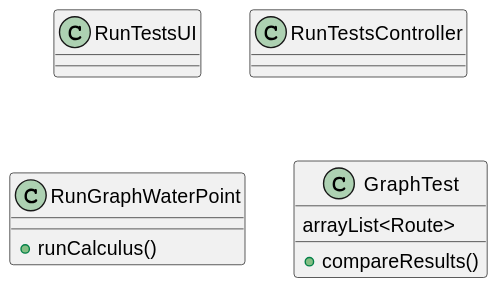
The PlantUML diagram docs/sprintB/us014/03.design/svg/us014-class-diagram.svg in ricardomm7/leaflink, before a commit. Its diagram source:
```plantuml
@startuml
skinparam packageStyle rectangle
skinparam shadowing false
skinparam linetype polyline


class RunTestsUI{
}

class RunTestsController{
}

class RunGraphWaterPoint {
    + runCalculus()
}

class GraphTest {
    arrayList<Route>
    + compareResults()
}
@enduml
```
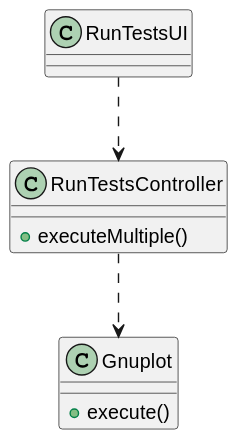
The same diagram one commit later.

The edit, as a diff of the source:
```diff
@@ -8,14 +8,13 @@
 }
 
 class RunTestsController{
++ executeMultiple()
 }
 
-class RunGraphWaterPoint {
-    + runCalculus()
+class Gnuplot {
+    + execute()
 }
 
-class GraphTest {
-    arrayList<Route>
-    + compareResults()
-}
+RunTestsUI..>RunTestsController
+RunTestsController..>Gnuplot
 @enduml
```
